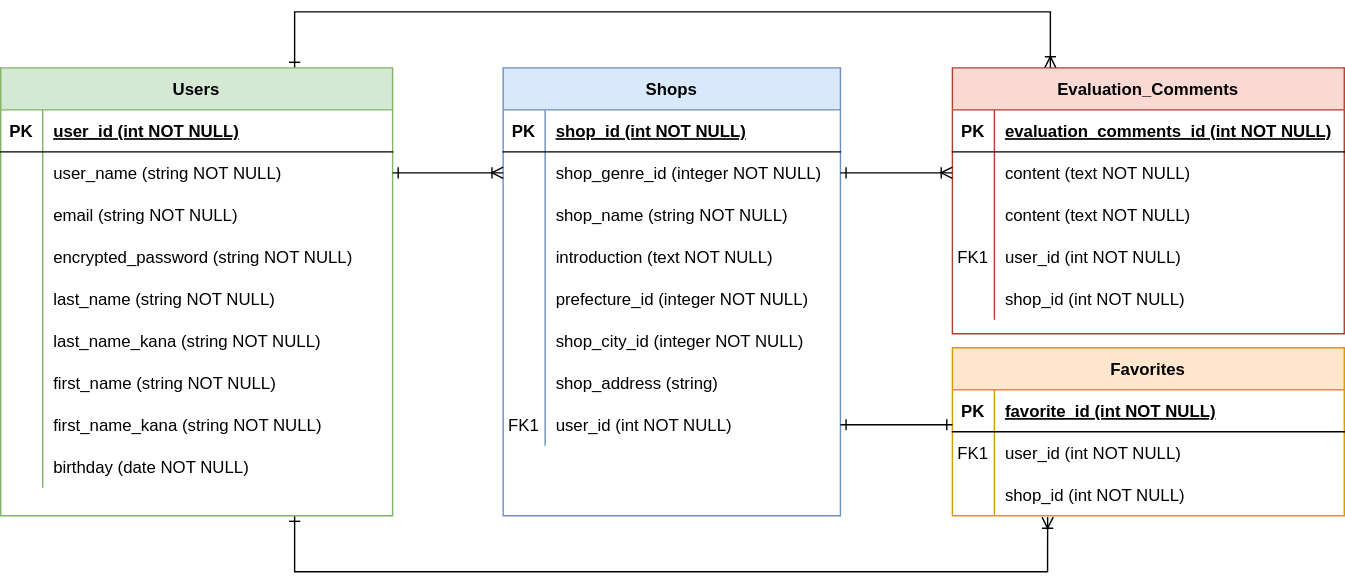
This is osakawalker_er.drawio.svg from hso-sue/osakawalker, a draw.io export, as it was before one commit. Source tidied: cells renumbered, new cells last; positions are measured from the earlier drawing's top-left corner, leaving out a move shared by most shapes.
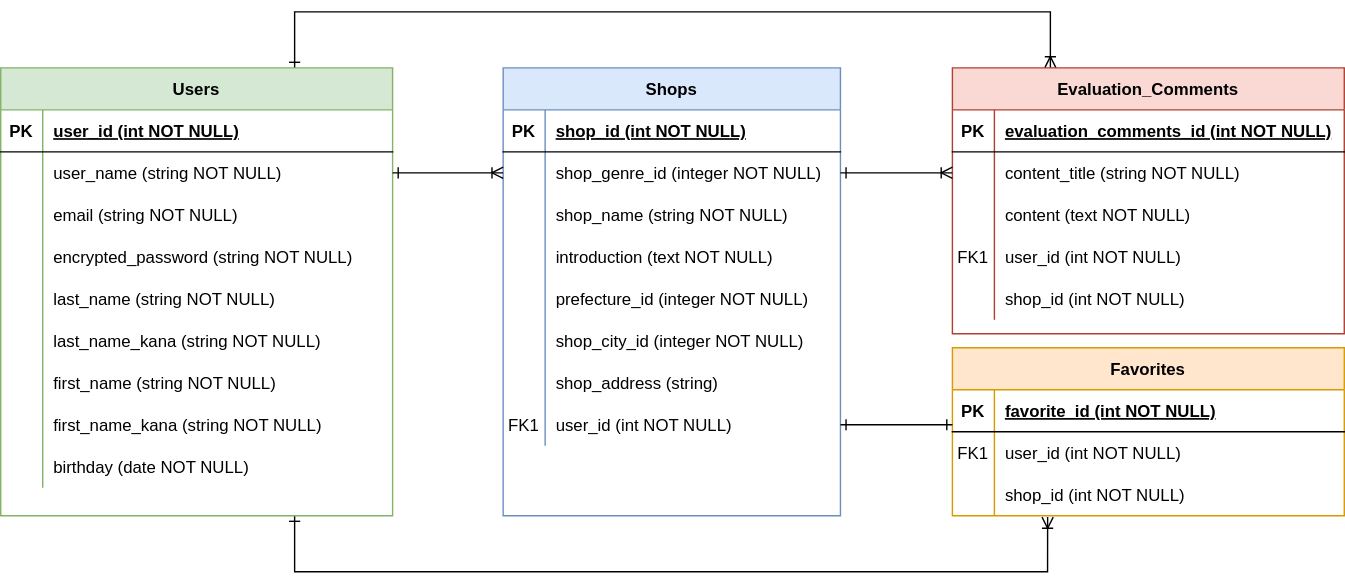
The same file after the commit.

Change to the diagram source:
```diff
@@ -225,7 +225,7 @@
     <mxCell id="72" style="shape=partialRectangle;overflow=hidden;fillColor=none;top=0;left=0;bottom=0;right=0;" parent="71" vertex="1">
       <mxGeometry width="30" height="30" as="geometry" />
     </mxCell>
-    <mxCell id="73" value="content (text NOT NULL)" style="shape=partialRectangle;overflow=hidden;fillColor=none;top=0;left=0;bottom=0;right=0;align=left;spacingLeft=6;" parent="71" vertex="1">
+    <mxCell id="73" value="content_title (string NOT NULL)" style="shape=partialRectangle;overflow=hidden;fillColor=none;top=0;left=0;bottom=0;right=0;align=left;spacingLeft=6;" parent="71" vertex="1">
       <mxGeometry x="30" width="250" height="30" as="geometry" />
     </mxCell>
     <mxCell id="74" style="shape=partialRectangle;fillColor=none;top=0;left=0;right=0;bottom=0;" parent="67" vertex="1">
```
